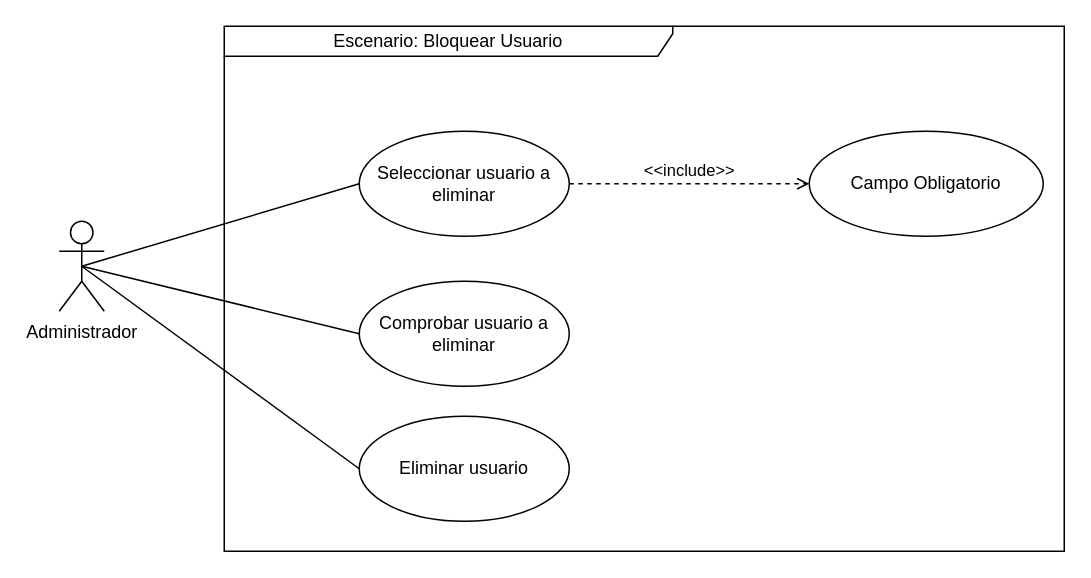
nicasop/PROYECTO_INTEGRADOR_P58 keeps this draw.io diagram as page "Eliminar usuarios" (7 of 17) of documentacion/Untitled Diagram.drawio. Above is the earlier version. Source tidied: cells renumbered, new cells numbered last; positions are measured from the earlier drawing's top-left corner, leaving out a move shared by most shapes. Both pictures are drawn from the tidied source at 150%, with x=0, y=0 at pixel (58, 26).
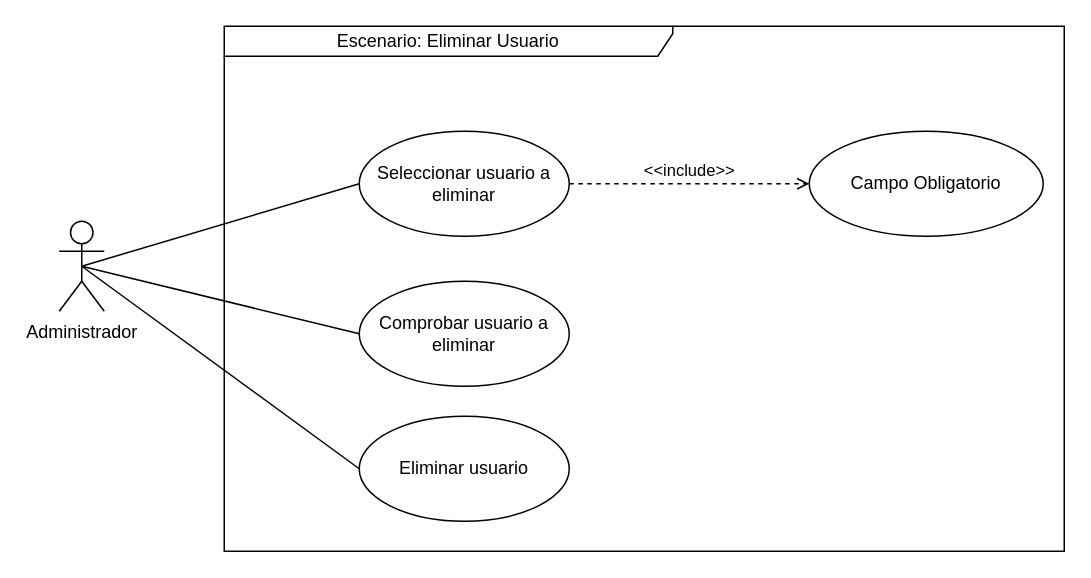
The same diagram, later.

What changed in the source:
```diff
@@
 <mxGraphModel>
   <root>
     <mxCell id="0" />
     <mxCell id="1" parent="0" />
-    <mxCell id="2" value="Escenario: Bloquear Usuario" style="shape=umlFrame;whiteSpace=wrap;html=1;width=299;height=20;" parent="1" vertex="1">
+    <mxCell id="2" value="Escenario: Eliminar Usuario" style="shape=umlFrame;whiteSpace=wrap;html=1;width=299;height=20;" parent="1" vertex="1">
       <mxGeometry x="110" width="560" height="350" as="geometry" />
     </mxCell>
     <mxCell id="3" value="Administrador" style="shape=umlActor;verticalLabelPosition=bottom;verticalAlign=top;html=1;" parent="1" vertex="1">
       <mxGeometry y="130" width="30" height="60" as="geometry" />
     </mxCell>
     <mxCell id="4" value="Seleccionar usuario a eliminar" style="ellipse;whiteSpace=wrap;html=1;" parent="1" vertex="1">
       <mxGeometry x="200" y="70" width="140" height="70" as="geometry" />
     </mxCell>
     <mxCell id="5" value="Comprobar usuario a eliminar" style="ellipse;whiteSpace=wrap;html=1;" parent="1" vertex="1">
       <mxGeometry x="200" y="170" width="140" height="70" as="geometry" />
     </mxCell>
     <mxCell id="6" value="Campo Obligatorio" style="ellipse;whiteSpace=wrap;html=1;" parent="1" vertex="1">
       <mxGeometry x="500" y="70" width="156" height="70" as="geometry" />
     </mxCell>
     <mxCell id="7" style="endArrow=none;html=1;exitX=0.5;exitY=0.5;exitDx=0;exitDy=0;exitPerimeter=0;entryX=0;entryY=0.5;entryDx=0;entryDy=0;" parent="1" edge="1" source="3" target="4">
       <mxGeometry relative="1" as="geometry" />
     </mxCell>
     <mxCell id="8" style="endArrow=none;html=1;exitX=0.5;exitY=0.5;exitDx=0;exitDy=0;exitPerimeter=0;entryX=0;entryY=0.5;entryDx=0;entryDy=0;" parent="1" edge="1" source="3" target="5">
       <mxGeometry relative="1" as="geometry" />
     </mxCell>
     <mxCell id="9" value="&amp;lt;&amp;lt;include&amp;gt;&amp;gt;" style="html=1;verticalAlign=bottom;labelBackgroundColor=none;endArrow=open;endFill=0;dashed=1;exitX=1;exitY=0.5;exitDx=0;exitDy=0;" parent="1" edge="1" source="4">
       <mxGeometry relative="1" as="geometry">
         <mxPoint x="500" y="105" as="targetPoint" />
       </mxGeometry>
     </mxCell>
     <mxCell id="10" value="Eliminar usuario" style="ellipse;whiteSpace=wrap;html=1;" parent="1" vertex="1">
       <mxGeometry x="200" y="260" width="140" height="70" as="geometry" />
     </mxCell>
     <mxCell id="11" style="endArrow=none;html=1;exitX=0.5;exitY=0.5;exitDx=0;exitDy=0;exitPerimeter=0;entryX=0;entryY=0.5;entryDx=0;entryDy=0;" parent="1" edge="1" source="3" target="10">
       <mxGeometry relative="1" as="geometry" />
     </mxCell>
   </root>
 </mxGraphModel>
```
